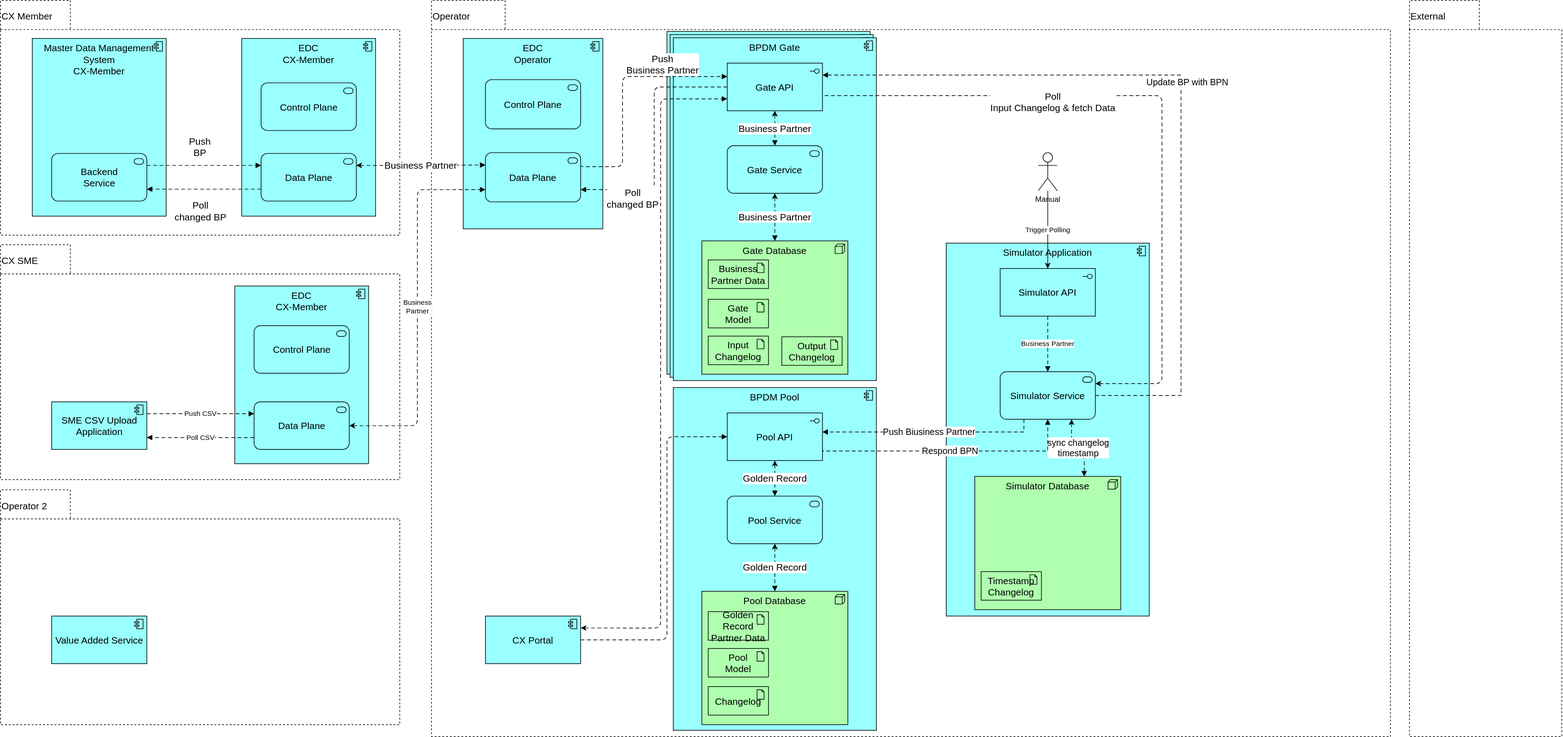
eclipse-tractusx/bpdm keeps this draw.io diagram as docs/assets/cx_bpdm_architecture_v3_2.drawio.svg. Above is the earlier version. Source tidied: cells renumbered, new cells last; positions are measured from the earlier drawing's top-left corner, leaving out a move shared by most shapes.
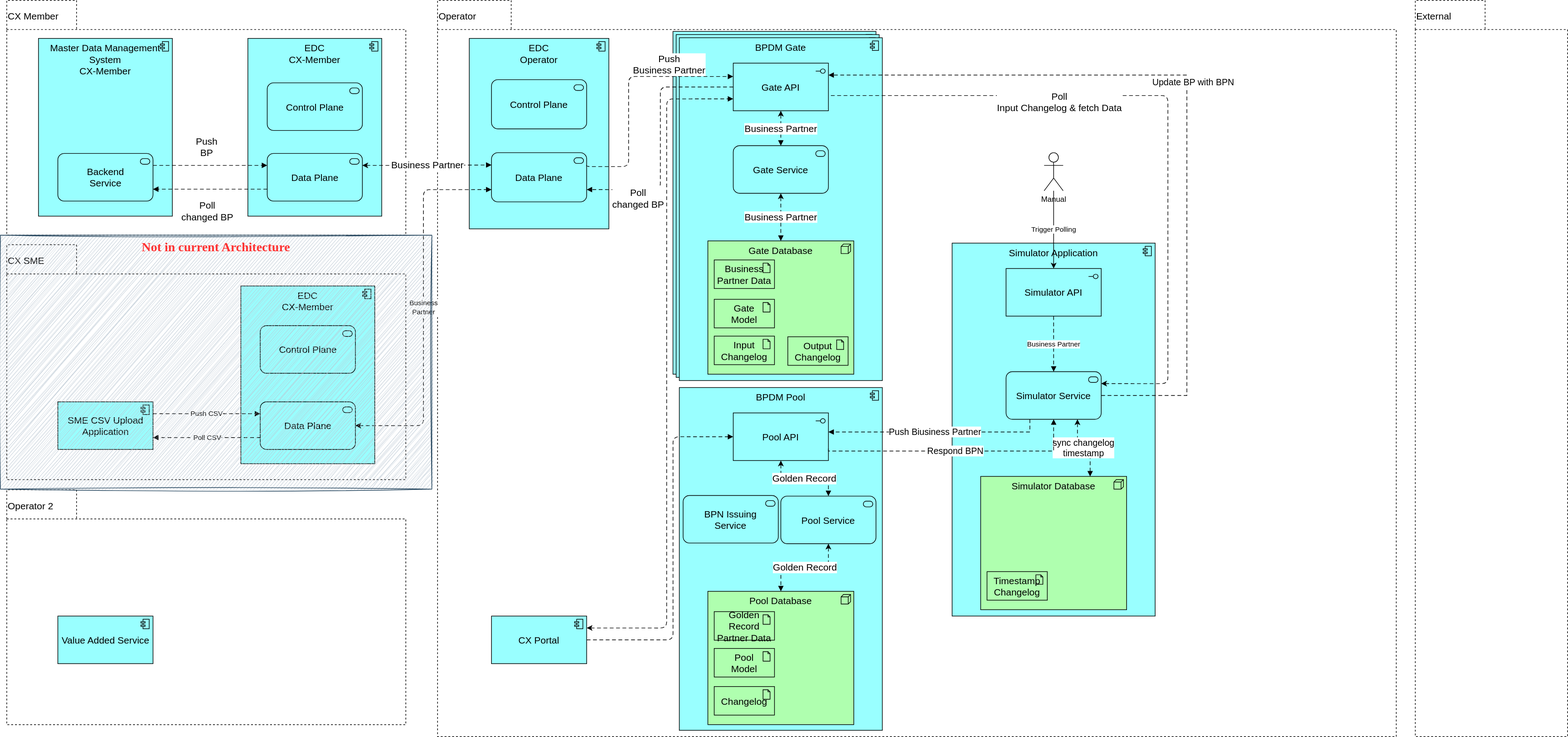
Later version of the same file.

Commit message:
docs(Arc42): update arc42 for BPDM Chart 3.1.0 and BPDM App 4.10

- add new diagrams for runtime view and deployment view

- adjust highlevel Architecture

- rename arc42 markdown file

- link decision recrods

- add architecture for L/S/A

- add sharing member flow for diagram 'Update on Golden Record Change'

- add logging behaviour documentation

- add arrows to flow

- add sharing member flow for diagram "Upsert"

- change edc of member to bpdm in keycloak auth flow

- update link to catena website

Change to the diagram source:
```diff
@@ -69,7 +69,7 @@
       <mxGeometry x="1145" y="650" width="150" height="75" as="geometry" />
     </mxCell>
     <mxCell id="24" value="Pool Service" style="html=1;outlineConnect=0;whiteSpace=wrap;fillColor=#99ffff;shape=mxgraph.archimate3.application;appType=serv;archiType=rounded;fontSize=15;" parent="1" vertex="1">
-      <mxGeometry x="1145" y="781" width="150" height="75" as="geometry" />
+      <mxGeometry x="1220" y="781" width="150" height="75" as="geometry" />
     </mxCell>
     <mxCell id="25" style="group;fontSize=15;" parent="1" vertex="1">
       <mxGeometry x="1105" y="931" width="230" height="210" as="geometry" />
@@ -251,5 +251,11 @@
     <mxCell id="69" value="Trigger Polling" style="edgeStyle=orthogonalEdgeStyle;rounded=0;jettySize=auto;html=1;" parent="1" edge="1" source="68" target="58">
       <mxGeometry relative="1" as="geometry" />
     </mxCell>
+    <mxCell id="70" value="Not in current Architecture" style="rounded=0;whiteSpace=wrap;html=1;sketch=1;hachureGap=4;jiggle=2;curveFitting=1;fontFamily=Architects Daughter;fontSource=https%3A%2F%2Ffonts.googleapis.com%2Fcss%3Ffamily%3DArchitects%2BDaughter;fontSize=20;fillColor=#bac8d3;strokeColor=#23445d;verticalAlign=top;fontStyle=1;fontColor=#FF3333;" parent="1" vertex="1">
+      <mxGeometry x="-10" y="370" width="680" height="400" as="geometry" />
+    </mxCell>
+    <mxCell id="71" value="BPN Issuing &lt;br&gt;Service" style="html=1;whiteSpace=wrap;fillColor=#99ffff;shape=mxgraph.archimate3.application;appType=serv;archiType=rounded;fontSize=15;" parent="1" vertex="1">
+      <mxGeometry x="1066" y="780" width="150" height="75" as="geometry" />
+    </mxCell>
   </root>
 </mxGraphModel>
```
